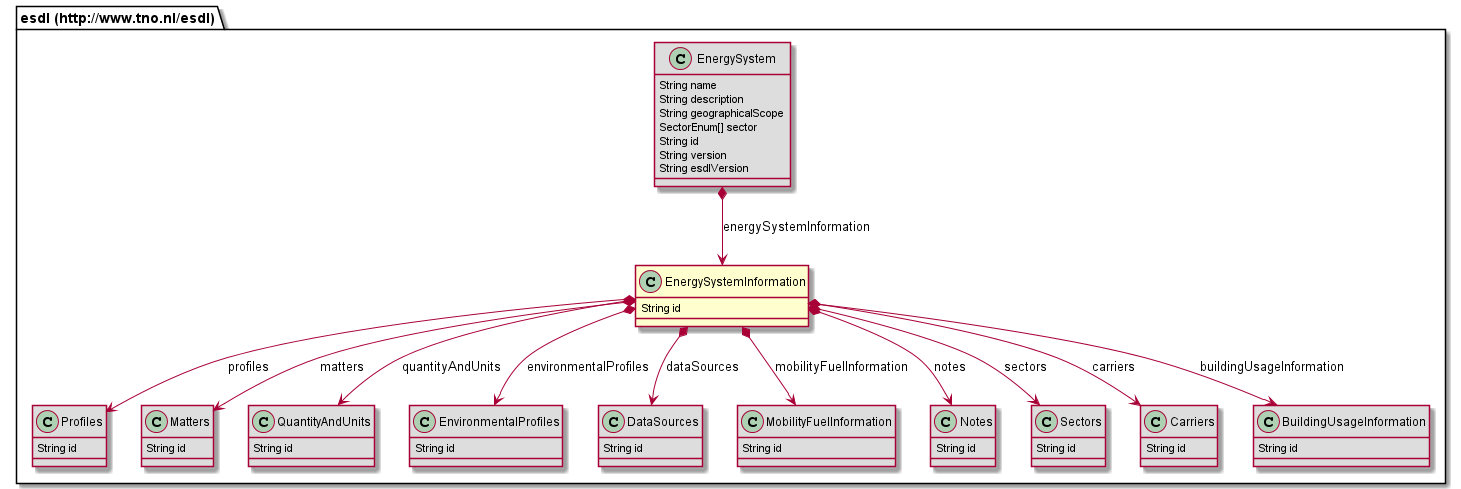
This is 687474703a2f2f7777772e746e6f2e6e6c2f6573646c/EnergySystemInformation.png from EnergyTransition/energytransition.github.io, a PlantUML export, as it was before one commit.
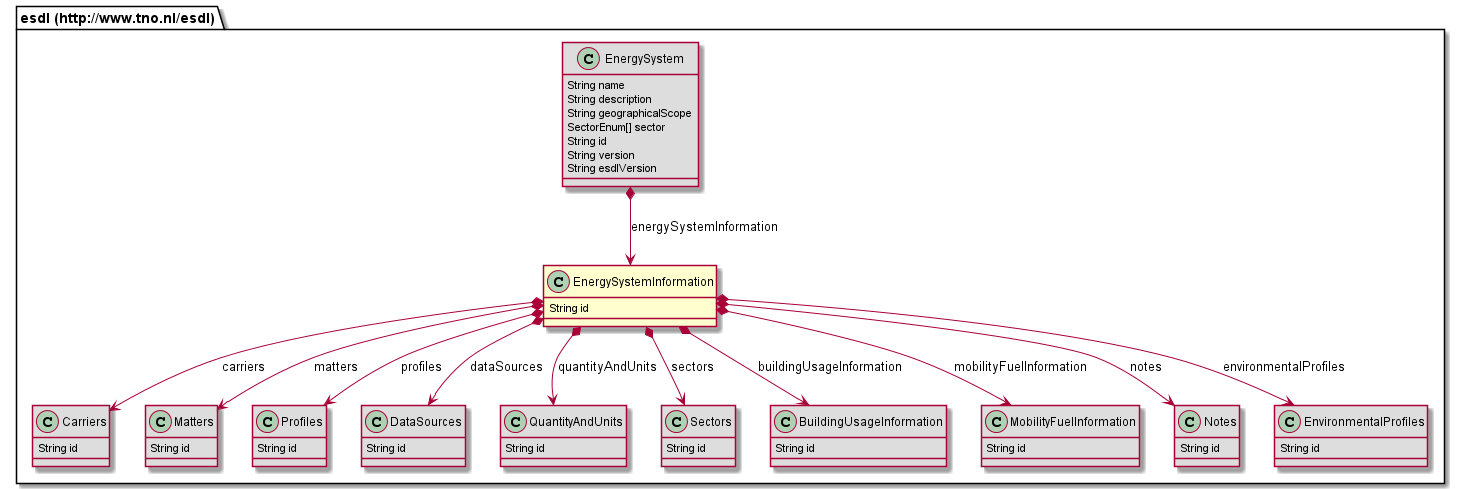
Later version of the same file.

Change to the diagram source:
```diff
@@ -2,31 +2,10 @@
 class "esdl (http://www.tno.nl/esdl).EnergySystemInformation" [[#router/doc-content/687474703a2f2f7777772e746e6f2e6e6c2f6573646c/EnergySystemInformation.html{Describes reusable information of the energy system, that other classes can refer to in this energy system, such as carriers, profiles, data sources, quantity and units.}]] {
 	String id
 }
-class "esdl (http://www.tno.nl/esdl).Profiles" [[#router/doc-content/687474703a2f2f7777772e746e6f2e6e6c2f6573646c/Profiles.html{Container for profiles in the Energy System Information where other profiles can refer to}]] #DDDDDD {
+class "esdl (http://www.tno.nl/esdl).Carriers" [[#router/doc-content/687474703a2f2f7777772e746e6f2e6e6c2f6573646c/Carriers.html{Collection of carriers as part of the Energy System Information. }]] #DDDDDD {
 	String id
 }
 class "esdl (http://www.tno.nl/esdl).Matters" [[#router/doc-content/687474703a2f2f7777772e746e6f2e6e6c2f6573646c/Matters.html]] #DDDDDD {
-	String id
-}
-class "esdl (http://www.tno.nl/esdl).QuantityAndUnits" [[#router/doc-content/687474703a2f2f7777772e746e6f2e6e6c2f6573646c/QuantityAndUnits.html{Collection of QuantityAndUnitTypes defined in the EnergySystemInformation section}]] #DDDDDD {
-	String id
-}
-class "esdl (http://www.tno.nl/esdl).EnvironmentalProfiles" [[#router/doc-content/687474703a2f2f7777772e746e6f2e6e6c2f6573646c/EnvironmentalProfiles.html]] #DDDDDD {
-	String id
-}
-class "esdl (http://www.tno.nl/esdl).DataSources" [[#router/doc-content/687474703a2f2f7777772e746e6f2e6e6c2f6573646c/DataSources.html{Collection of datasources used in the energy system}]] #DDDDDD {
-	String id
-}
-class "esdl (http://www.tno.nl/esdl).MobilityFuelInformation" [[#router/doc-content/687474703a2f2f7777772e746e6f2e6e6c2f6573646c/MobilityFuelInformation.html{Collection of information about vehicles, fuels and efficiency}]] #DDDDDD {
-	String id
-}
-class "esdl (http://www.tno.nl/esdl).Notes" [[#router/doc-content/687474703a2f2f7777772e746e6f2e6e6c2f6573646c/Notes.html{Collection of notes that can be added to the map, like postits (with comments in HTML)}]] #DDDDDD {
-	String id
-}
-class "esdl (http://www.tno.nl/esdl).Sectors" [[#router/doc-content/687474703a2f2f7777772e746e6f2e6e6c2f6573646c/Sectors.html{Collection of sectors. }]] #DDDDDD {
-	String id
-}
-class "esdl (http://www.tno.nl/esdl).Carriers" [[#router/doc-content/687474703a2f2f7777772e746e6f2e6e6c2f6573646c/Carriers.html{Collection of carriers as part of the Energy System Information. }]] #DDDDDD {
 	String id
 }
 class "esdl (http://www.tno.nl/esdl).EnergySystem" [[#router/doc-content/687474703a2f2f7777772e746e6f2e6e6c2f6573646c/EnergySystem.html{This is the main class to describe an EnergySystem in ESDL. }]] #DDDDDD {
@@ -38,9 +17,31 @@
 	String version
 	String esdlVersion
 }
+class "esdl (http://www.tno.nl/esdl).Profiles" [[#router/doc-content/687474703a2f2f7777772e746e6f2e6e6c2f6573646c/Profiles.html{Container for profiles in the Energy System Information where other profiles can refer to}]] #DDDDDD {
+	String id
+}
+class "esdl (http://www.tno.nl/esdl).DataSources" [[#router/doc-content/687474703a2f2f7777772e746e6f2e6e6c2f6573646c/DataSources.html{Collection of datasources used in the energy system}]] #DDDDDD {
+	String id
+}
+class "esdl (http://www.tno.nl/esdl).QuantityAndUnits" [[#router/doc-content/687474703a2f2f7777772e746e6f2e6e6c2f6573646c/QuantityAndUnits.html{Collection of QuantityAndUnitTypes defined in the EnergySystemInformation section}]] #DDDDDD {
+	String id
+}
+class "esdl (http://www.tno.nl/esdl).Sectors" [[#router/doc-content/687474703a2f2f7777772e746e6f2e6e6c2f6573646c/Sectors.html{Collection of sectors. }]] #DDDDDD {
+	String id
+}
 class "esdl (http://www.tno.nl/esdl).BuildingUsageInformation" [[#router/doc-content/687474703a2f2f7777772e746e6f2e6e6c2f6573646c/BuildingUsageInformation.html{Part of Energy System Information that specifies generic building usage information that can be referenced from multiple individual buildings}]] #DDDDDD {
 	String id
 }
+class "esdl (http://www.tno.nl/esdl).MobilityFuelInformation" [[#router/doc-content/687474703a2f2f7777772e746e6f2e6e6c2f6573646c/MobilityFuelInformation.html{Collection of information about vehicles, fuels and efficiency}]] #DDDDDD {
+	String id
+}
+class "esdl (http://www.tno.nl/esdl).Notes" [[#router/doc-content/687474703a2f2f7777772e746e6f2e6e6c2f6573646c/Notes.html{Collection of notes that can be added to the map, like postits (with comments in HTML)}]] #DDDDDD {
+	String id
+}
+class "esdl (http://www.tno.nl/esdl).EnvironmentalProfiles" [[#router/doc-content/687474703a2f2f7777772e746e6f2e6e6c2f6573646c/EnvironmentalProfiles.html]] #DDDDDD {
+	String id
+}
+"esdl (http://www.tno.nl/esdl).EnergySystem" *--> "esdl (http://www.tno.nl/esdl).EnergySystemInformation" : energySystemInformation
 "esdl (http://www.tno.nl/esdl).EnergySystemInformation" *--> "esdl (http://www.tno.nl/esdl).Carriers" : carriers
 "esdl (http://www.tno.nl/esdl).EnergySystemInformation" *--> "esdl (http://www.tno.nl/esdl).Profiles" : profiles
 "esdl (http://www.tno.nl/esdl).EnergySystemInformation" *--> "esdl (http://www.tno.nl/esdl).DataSources" : dataSources
@@ -51,5 +52,4 @@
 "esdl (http://www.tno.nl/esdl).EnergySystemInformation" *--> "esdl (http://www.tno.nl/esdl).Notes" : notes
 "esdl (http://www.tno.nl/esdl).EnergySystemInformation" *--> "esdl (http://www.tno.nl/esdl).Matters" : matters
 "esdl (http://www.tno.nl/esdl).EnergySystemInformation" *--> "esdl (http://www.tno.nl/esdl).EnvironmentalProfiles" : environmentalProfiles
-"esdl (http://www.tno.nl/esdl).EnergySystem" *--> "esdl (http://www.tno.nl/esdl).EnergySystemInformation" : energySystemInformation
 @enduml
```
